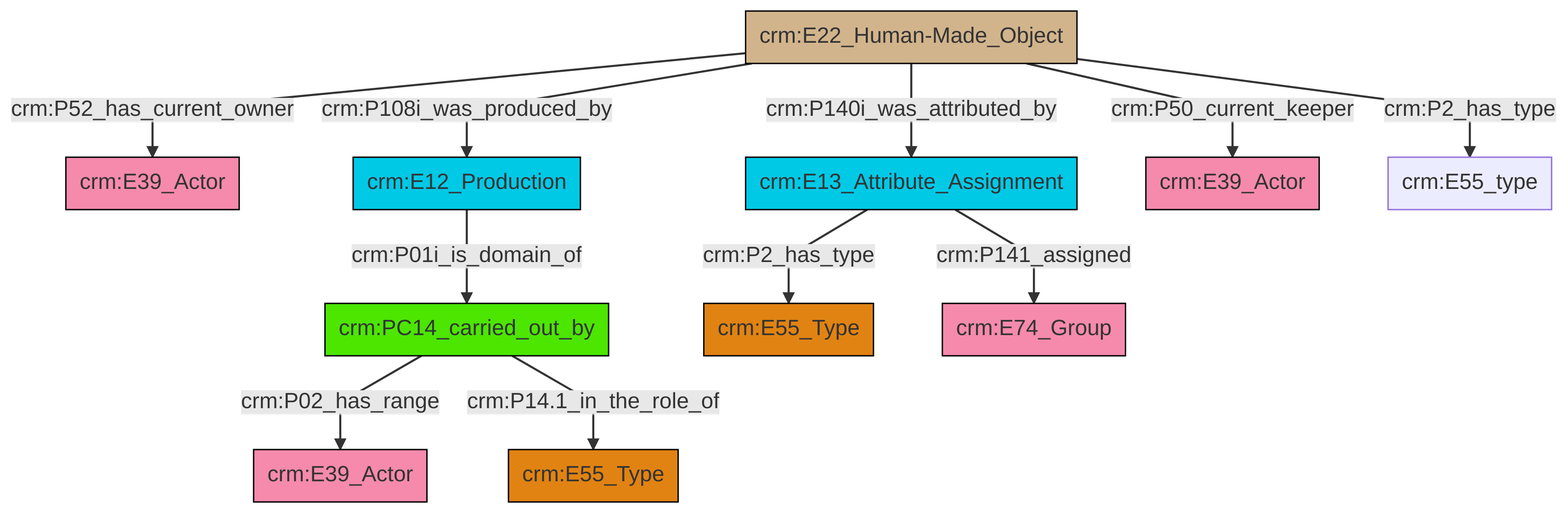
Before: et/artworkCSV/ttl/mmd/png/Artwork_Actor_Relations.png, a diagram exported from Mermaid (swiss-art-research-net/reference-data-models). Its source is kept beside it as et/artworkCSV/ttl/mmd/Artwork_Actor_Relations.ttl.mmd.
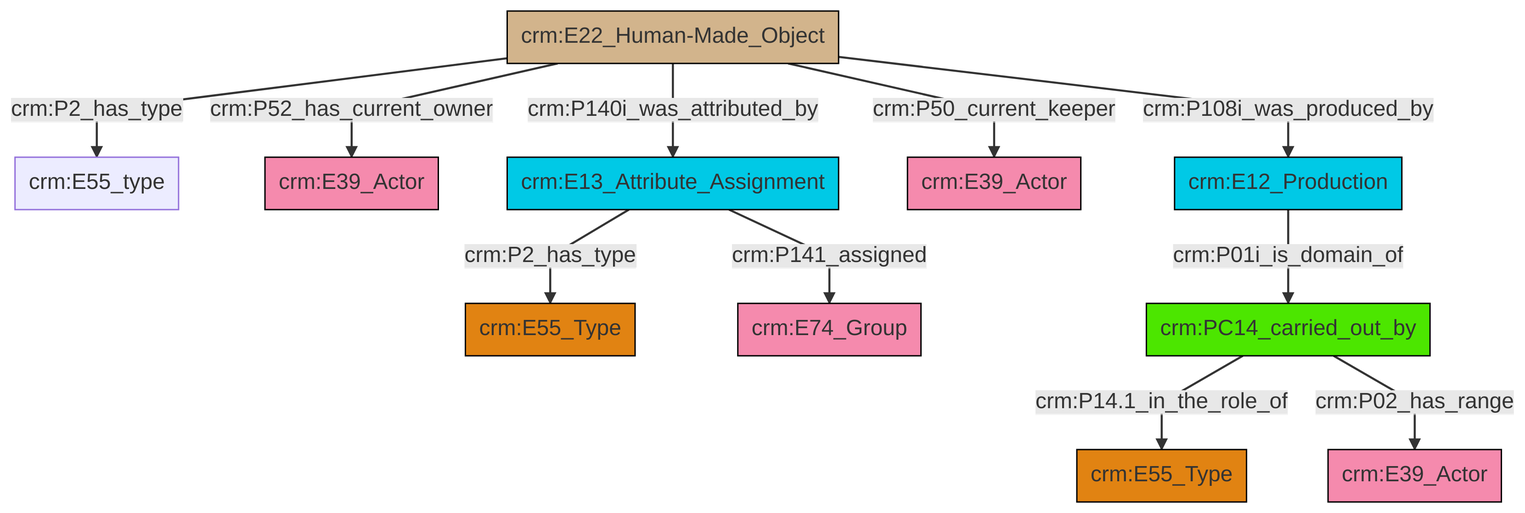
After the change.

Change to the diagram source:
```diff
@@ -13,13 +13,13 @@
 classDef PC_Classes fill:#4ce600, stroke:#000000;
 classDef Multi fill:#cccccc,stroke:#000000;
 
-0["crm:E22_Human-Made_Object"]:::Physical_Thing -->|crm:P52_has_current_owner| 1["crm:E39_Actor"]:::Actor
-4["crm:PC14_carried_out_by"]:::PC_Classes -->|crm:P02_has_range| 5["crm:E39_Actor"]:::Actor
-2["crm:E12_Production"]:::Temporal_Entity -->|crm:P01i_is_domain_of| 4["crm:PC14_carried_out_by"]:::PC_Classes
-4["crm:PC14_carried_out_by"]:::PC_Classes -->|crm:P14.1_in_the_role_of| 6["crm:E55_Type"]:::Type
-13["crm:E13_Attribute_Assignment"]:::Temporal_Entity -->|crm:P2_has_type| 10["crm:E55_Type"]:::Type
-0["crm:E22_Human-Made_Object"]:::Physical_Thing -->|crm:P50_current_keeper| 14["crm:E39_Actor"]:::Actor
-0["crm:E22_Human-Made_Object"]:::Physical_Thing -->|crm:P108i_was_produced_by| 2["crm:E12_Production"]:::Temporal_Entity
-0["crm:E22_Human-Made_Object"]:::Physical_Thing -->|crm:P2_has_type| 21["crm:E55_type"]:::Default
-13["crm:E13_Attribute_Assignment"]:::Temporal_Entity -->|crm:P141_assigned| 16["crm:E74_Group"]:::Actor
-0["crm:E22_Human-Made_Object"]:::Physical_Thing -->|crm:P140i_was_attributed_by| 13["crm:E13_Attribute_Assignment"]:::Temporal_Entity
+7["crm:E22_Human-Made_Object"]:::Physical_Thing -->|crm:P2_has_type| 8["crm:E55_type"]:::Default
+7["crm:E22_Human-Made_Object"]:::Physical_Thing -->|crm:P52_has_current_owner| 2["crm:E39_Actor"]:::Actor
+9["crm:PC14_carried_out_by"]:::PC_Classes -->|crm:P14.1_in_the_role_of| 10["crm:E55_Type"]:::Type
+7["crm:E22_Human-Made_Object"]:::Physical_Thing -->|crm:P140i_was_attributed_by| 11["crm:E13_Attribute_Assignment"]:::Temporal_Entity
+9["crm:PC14_carried_out_by"]:::PC_Classes -->|crm:P02_has_range| 13["crm:E39_Actor"]:::Actor
+11["crm:E13_Attribute_Assignment"]:::Temporal_Entity -->|crm:P2_has_type| 0["crm:E55_Type"]:::Type
+11["crm:E13_Attribute_Assignment"]:::Temporal_Entity -->|crm:P141_assigned| 18["crm:E74_Group"]:::Actor
+7["crm:E22_Human-Made_Object"]:::Physical_Thing -->|crm:P50_current_keeper| 5["crm:E39_Actor"]:::Actor
+7["crm:E22_Human-Made_Object"]:::Physical_Thing -->|crm:P108i_was_produced_by| 19["crm:E12_Production"]:::Temporal_Entity
+19["crm:E12_Production"]:::Temporal_Entity -->|crm:P01i_is_domain_of| 9["crm:PC14_carried_out_by"]:::PC_Classes
```
